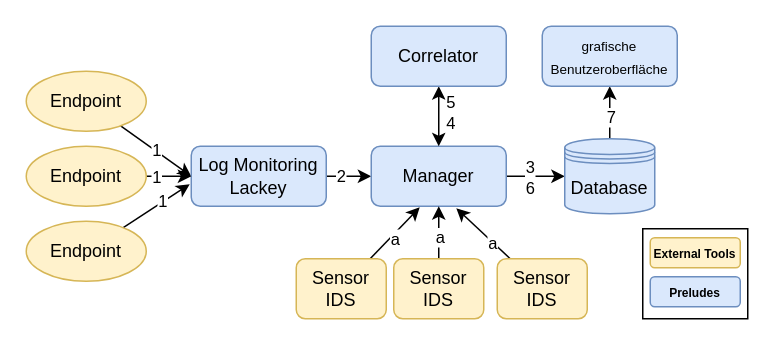
This is Bachelorarbeit/assets/Prelude_module.drawio from Bruno-Macedo/Praxisbericht_Bacherloarbeit, a draw.io file, before an edit. Source tidied: cells renumbered, new cells numbered last; positions are measured from the earlier drawing's top-left corner, leaving out a move shared by most shapes. Both pictures are drawn from the tidied source at 150%, with x=0, y=0 at pixel (26, 26).
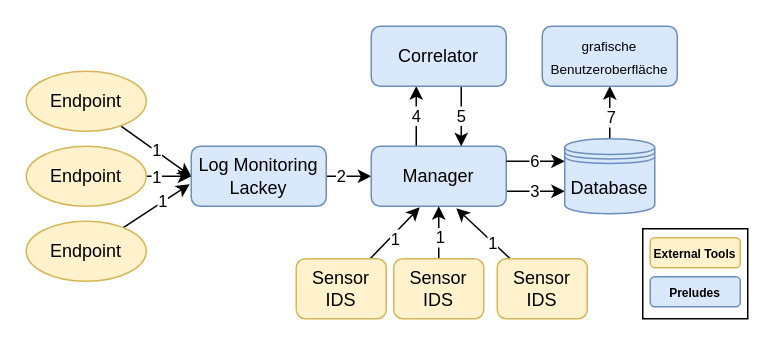
Above is the later version.

The change refers to these unchanged cells:
```xml
<mxCell id="15" value="Manager" style="rounded=1;whiteSpace=wrap;html=1;fillColor=#dae8fc;strokeColor=#6c8ebf;" parent="1" vertex="1">
  <mxGeometry x="230" y="80" width="90" height="40" as="geometry" />
</mxCell>
<mxCell id="18" value="Correlator" style="rounded=1;whiteSpace=wrap;html=1;fillColor=#dae8fc;strokeColor=#6c8ebf;" parent="1" vertex="1">
  <mxGeometry x="230" width="90" height="40" as="geometry" />
</mxCell>
<mxCell id="19" style="rounded=0;jettySize=auto;html=1;" parent="1" edge="1" source="21">
  <mxGeometry relative="1" as="geometry">
    <mxPoint x="275" y="120" as="targetPoint" />
  </mxGeometry>
</mxCell>
<mxCell id="22" style="rounded=0;jettySize=auto;html=1;entryX=0.359;entryY=1.017;entryDx=0;entryDy=0;entryPerimeter=0;" parent="1" edge="1" source="24" target="15">
  <mxGeometry relative="1" as="geometry" />
</mxCell>
<mxCell id="25" style="rounded=0;jettySize=auto;html=1;entryX=0.63;entryY=1.033;entryDx=0;entryDy=0;entryPerimeter=0;" parent="1" edge="1" source="27" target="15">
  <mxGeometry relative="1" as="geometry" />
</mxCell>
<mxCell id="30" value="Database" style="shape=datastore;whiteSpace=wrap;html=1;fillColor=#dae8fc;strokeColor=#6c8ebf;" parent="1" vertex="1">
  <mxGeometry x="359" y="75" width="60" height="50" as="geometry" />
</mxCell>
```

Change to the diagram source:
```diff
@@
-    <mxCell id="13" style="edgeStyle=orthogonalEdgeStyle;rounded=0;jettySize=auto;html=1;entryX=0;entryY=0.5;entryDx=0;entryDy=0;" parent="1" edge="1" source="15" target="30">
-      <mxGeometry relative="1" as="geometry" />
+    <mxCell id="13" value="3" style="edgeStyle=orthogonalEdgeStyle;rounded=0;jettySize=auto;html=1;entryX=0;entryY=0.7;entryDx=0;entryDy=0;" parent="1" edge="1" source="15" target="30">
+      <mxGeometry x="-0.01" relative="1" as="geometry">
+        <Array as="points">
+          <mxPoint x="330" y="110" />
+          <mxPoint x="330" y="110" />
+        </Array>
+      </mxGeometry>
     </mxCell>
-    <mxCell id="14" value="&lt;div&gt;3&lt;/div&gt;&lt;div&gt;6&lt;br&gt;&lt;/div&gt;" style="edgeLabel;html=1;align=center;verticalAlign=middle;" parent="13" vertex="1">
-      <mxGeometry x="-0.25" relative="1" as="geometry" />
-    </mxCell>
+    <mxCell id="32" value="4" style="edgeStyle=orthogonalEdgeStyle;rounded=0;jettySize=auto;html=1;entryX=0.333;entryY=1;entryDx=0;entryDy=0;entryPerimeter=0;" parent="1" edge="1" source="15" target="18">
+      <mxGeometry relative="1" as="geometry">
+        <Array as="points">
+          <mxPoint x="260" y="70" />
+          <mxPoint x="260" y="70" />
+        </Array>
+      </mxGeometry>
+    </mxCell>
@@
-    <mxCell id="16" style="edgeStyle=orthogonalEdgeStyle;rounded=0;jettySize=auto;html=1;endArrow=classic;endFill=1;startArrow=classic;startFill=1;" parent="1" edge="1" source="18" target="15">
-      <mxGeometry relative="1" as="geometry" />
+    <mxCell id="16" value="5" style="edgeStyle=orthogonalEdgeStyle;rounded=0;jettySize=auto;html=1;endArrow=classic;endFill=1;startArrow=none;startFill=0;" parent="1" edge="1" source="18" target="15">
+      <mxGeometry relative="1" as="geometry">
+        <Array as="points">
+          <mxPoint x="290" y="60" />
+          <mxPoint x="290" y="60" />
+        </Array>
+      </mxGeometry>
     </mxCell>
-    <mxCell id="17" value="5" style="edgeLabel;html=1;align=center;verticalAlign=middle;" parent="16" vertex="1">
-      <mxGeometry x="-0.27" relative="1" as="geometry">
-        <mxPoint x="7" y="-5" as="offset" />
-      </mxGeometry>
-    </mxCell>
@@
-    <mxCell id="20" value="a" style="edgeLabel;html=1;align=center;verticalAlign=middle;" parent="19" vertex="1">
+    <mxCell id="20" value="1" style="edgeLabel;html=1;align=center;verticalAlign=middle;" parent="19" vertex="1">
       <mxGeometry x="-0.4" y="-1" relative="1" as="geometry">
         <mxPoint x="-1" y="-4" as="offset" />
       </mxGeometry>
     </mxCell>
@@
-    <mxCell id="23" value="a" style="edgeLabel;html=1;align=center;verticalAlign=middle;" parent="22" vertex="1">
+    <mxCell id="23" value="1" style="edgeLabel;html=1;align=center;verticalAlign=middle;" parent="22" vertex="1">
       <mxGeometry x="-0.13" y="-2" relative="1" as="geometry" />
     </mxCell>
@@
-    <mxCell id="26" value="a" style="edgeLabel;html=1;align=center;verticalAlign=middle;" parent="25" vertex="1">
+    <mxCell id="26" value="1" style="edgeLabel;html=1;align=center;verticalAlign=middle;" parent="25" vertex="1">
       <mxGeometry x="-0.35" relative="1" as="geometry" />
     </mxCell>
@@
+    <mxCell id="35" value="6" style="edgeStyle=orthogonalEdgeStyle;rounded=0;jettySize=auto;html=1;endArrow=none;endFill=0;startArrow=classic;startFill=1;" parent="1" edge="1" source="30">
+      <mxGeometry relative="1" as="geometry">
+        <mxPoint x="320" y="90" as="targetPoint" />
+        <Array as="points">
+          <mxPoint x="320" y="90" />
+        </Array>
+      </mxGeometry>
+    </mxCell>
@@
-    <mxCell id="32" value="&lt;div&gt;4&lt;/div&gt;" style="edgeLabel;html=1;align=center;verticalAlign=middle;" parent="1" vertex="1">
-      <mxGeometry x="294" y="56.7" as="geometry">
-        <mxPoint x="-12" y="8" as="offset" />
-      </mxGeometry>
-    </mxCell>
```
